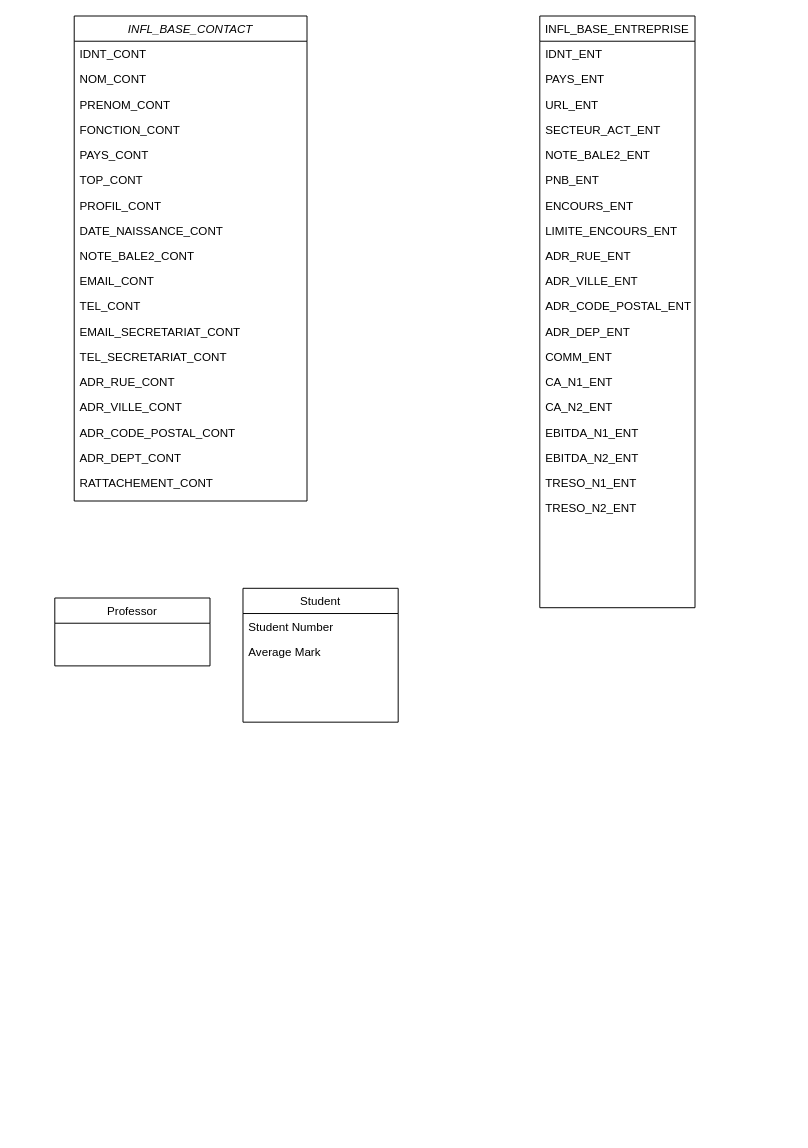
The draw.io diagram Diagramme sans nom.drawio in edou01/draw, before the edit. Source tidied: cells renumbered, new cells numbered last; positions are measured from the earlier drawing's top-left corner, leaving out a move shared by most shapes. Both pictures are drawn from the tidied source at 97%, with x=0, y=0 at pixel (54, 16).
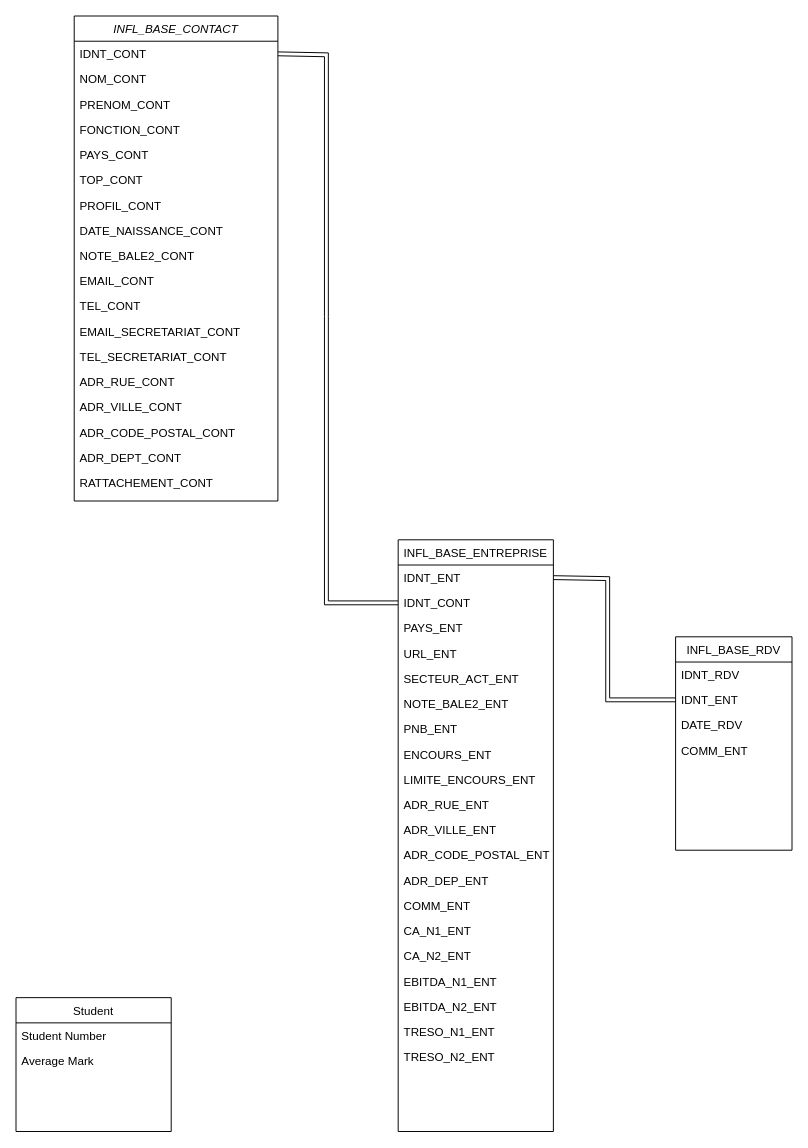
Above is the later version.

Commit message (it also covers changes not shown here):
Mettre à jour Diagramme sans nom.drawio

Unchanged cells that the change refers to:
```xml
<mxCell id="26" value="IDNT_ENT" style="text;align=left;verticalAlign=top;spacingLeft=4;spacingRight=4;overflow=hidden;points=[[0,0.5],[1,0.5]];portConstraint=eastwest;" parent="25" vertex="1">
  <mxGeometry y="26" width="160" height="26" as="geometry" />
</mxCell>
```

Change to the diagram source:
```diff
@@
     <mxCell id="2" value="INFL_BASE_CONTACT" style="swimlane;fontStyle=2;align=center;verticalAlign=top;horizontal=1;startSize=26;rounded=0;shadow=0;strokeWidth=1;" parent="1" vertex="1">
-      <mxGeometry x="20" width="240" height="500" as="geometry" />
+      <mxGeometry x="20" width="210" height="500" as="geometry" />
     </mxCell>
     <mxCell id="3" value="IDNT_CONT" style="text;align=left;verticalAlign=top;spacingLeft=4;spacingRight=4;overflow=hidden;points=[[0,0.5],[1,0.5]];portConstraint=eastwest;rounded=0;shadow=0;html=0;" parent="2" vertex="1">
-      <mxGeometry y="26" width="240" height="26" as="geometry" />
+      <mxGeometry y="26" width="210" height="26" as="geometry" />
     </mxCell>
     <mxCell id="4" value="NOM_CONT" style="text;align=left;verticalAlign=top;spacingLeft=4;spacingRight=4;overflow=hidden;" parent="2" vertex="1">
-      <mxGeometry y="52" width="240" height="26" as="geometry" />
+      <mxGeometry y="52" width="210" height="26" as="geometry" />
     </mxCell>
     <mxCell id="5" value="PRENOM_CONT" style="text;align=left;verticalAlign=top;spacingLeft=4;spacingRight=4;overflow=hidden;rounded=0;shadow=0;html=0;" parent="2" vertex="1">
-      <mxGeometry y="78" width="240" height="26" as="geometry" />
+      <mxGeometry y="78" width="210" height="26" as="geometry" />
     </mxCell>
     <mxCell id="6" value="FONCTION_CONT" style="text;align=left;verticalAlign=top;spacingLeft=4;spacingRight=4;overflow=hidden;rounded=0;shadow=0;html=0;" parent="2" vertex="1">
-      <mxGeometry y="104" width="240" height="26" as="geometry" />
+      <mxGeometry y="104" width="210" height="26" as="geometry" />
     </mxCell>
     <mxCell id="7" value="PAYS_CONT" style="text;align=left;verticalAlign=top;spacingLeft=4;spacingRight=4;overflow=hidden;rounded=0;shadow=0;html=0;" parent="2" vertex="1">
-      <mxGeometry y="130" width="240" height="26" as="geometry" />
+      <mxGeometry y="130" width="210" height="26" as="geometry" />
     </mxCell>
     <mxCell id="8" value="TOP_CONT" style="text;align=left;verticalAlign=top;spacingLeft=4;spacingRight=4;overflow=hidden;rounded=0;shadow=0;html=0;" parent="2" vertex="1">
-      <mxGeometry y="156" width="240" height="26" as="geometry" />
+      <mxGeometry y="156" width="210" height="26" as="geometry" />
     </mxCell>
     <mxCell id="9" value="PROFIL_CONT" style="text;align=left;verticalAlign=top;spacingLeft=4;spacingRight=4;overflow=hidden;rounded=0;shadow=0;html=0;" parent="2" vertex="1">
-      <mxGeometry y="182" width="240" height="26" as="geometry" />
+      <mxGeometry y="182" width="210" height="26" as="geometry" />
     </mxCell>
     <mxCell id="10" value="DATE_NAISSANCE_CONT" style="text;align=left;verticalAlign=top;spacingLeft=4;spacingRight=4;overflow=hidden;rounded=0;shadow=0;html=0;" parent="2" vertex="1">
-      <mxGeometry y="208" width="240" height="26" as="geometry" />
+      <mxGeometry y="208" width="210" height="26" as="geometry" />
     </mxCell>
     <mxCell id="11" value="NOTE_BALE2_CONT" style="text;align=left;verticalAlign=top;spacingLeft=4;spacingRight=4;overflow=hidden;rounded=0;shadow=0;html=0;" parent="2" vertex="1">
-      <mxGeometry y="234" width="240" height="26" as="geometry" />
+      <mxGeometry y="234" width="210" height="26" as="geometry" />
     </mxCell>
     <mxCell id="12" value="EMAIL_CONT" style="text;align=left;verticalAlign=top;spacingLeft=4;spacingRight=4;overflow=hidden;rounded=0;shadow=0;html=0;" parent="2" vertex="1">
-      <mxGeometry y="260" width="240" height="26" as="geometry" />
+      <mxGeometry y="260" width="210" height="26" as="geometry" />
     </mxCell>
     <mxCell id="13" value="TEL_CONT" style="text;align=left;verticalAlign=top;spacingLeft=4;spacingRight=4;overflow=hidden;rounded=0;shadow=0;html=0;" parent="2" vertex="1">
-      <mxGeometry y="286" width="240" height="26" as="geometry" />
+      <mxGeometry y="286" width="210" height="26" as="geometry" />
     </mxCell>
     <mxCell id="14" value="EMAIL_SECRETARIAT_CONT" style="text;align=left;verticalAlign=top;spacingLeft=4;spacingRight=4;overflow=hidden;rounded=0;shadow=0;html=0;" parent="2" vertex="1">
-      <mxGeometry y="312" width="240" height="26" as="geometry" />
+      <mxGeometry y="312" width="210" height="26" as="geometry" />
     </mxCell>
     <mxCell id="15" value="TEL_SECRETARIAT_CONT" style="text;align=left;verticalAlign=top;spacingLeft=4;spacingRight=4;overflow=hidden;rounded=0;shadow=0;html=0;" parent="2" vertex="1">
-      <mxGeometry y="338" width="240" height="26" as="geometry" />
+      <mxGeometry y="338" width="210" height="26" as="geometry" />
     </mxCell>
     <mxCell id="16" value="ADR_RUE_CONT" style="text;align=left;verticalAlign=top;spacingLeft=4;spacingRight=4;overflow=hidden;rounded=0;shadow=0;html=0;" parent="2" vertex="1">
-      <mxGeometry y="364" width="240" height="26" as="geometry" />
+      <mxGeometry y="364" width="210" height="26" as="geometry" />
     </mxCell>
     <mxCell id="17" value="ADR_VILLE_CONT" style="text;align=left;verticalAlign=top;spacingLeft=4;spacingRight=4;overflow=hidden;rounded=0;shadow=0;html=0;" parent="2" vertex="1">
-      <mxGeometry y="390" width="240" height="26" as="geometry" />
+      <mxGeometry y="390" width="210" height="26" as="geometry" />
     </mxCell>
     <mxCell id="18" value="ADR_CODE_POSTAL_CONT" style="text;align=left;verticalAlign=top;spacingLeft=4;spacingRight=4;overflow=hidden;rounded=0;shadow=0;html=0;" parent="2" vertex="1">
-      <mxGeometry y="416" width="240" height="26" as="geometry" />
+      <mxGeometry y="416" width="210" height="26" as="geometry" />
     </mxCell>
     <mxCell id="19" value="ADR_DEPT_CONT" style="text;align=left;verticalAlign=top;spacingLeft=4;spacingRight=4;overflow=hidden;rounded=0;shadow=0;html=0;" parent="2" vertex="1">
-      <mxGeometry y="442" width="240" height="26" as="geometry" />
+      <mxGeometry y="442" width="210" height="26" as="geometry" />
     </mxCell>
     <mxCell id="20" value="RATTACHEMENT_CONT" style="text;align=left;verticalAlign=top;spacingLeft=4;spacingRight=4;overflow=hidden;rounded=0;shadow=0;html=0;" parent="2" vertex="1">
-      <mxGeometry y="468" width="240" height="26" as="geometry" />
+      <mxGeometry y="468" width="210" height="26" as="geometry" />
     </mxCell>
     <mxCell id="21" value="Student" style="swimlane;fontStyle=0;align=center;verticalAlign=top;horizontal=1;startSize=26;rounded=0;shadow=0;strokeWidth=1;" parent="1" vertex="1">
-      <mxGeometry x="194" y="590" width="160" height="138" as="geometry" />
+      <mxGeometry x="-40" y="1012" width="160" height="138" as="geometry" />
     </mxCell>
@@
-    <mxCell id="24" value="Professor" style="swimlane;fontStyle=0;align=center;verticalAlign=top;horizontal=1;startSize=26;rounded=0;shadow=0;strokeWidth=1;" parent="1" vertex="1">
-      <mxGeometry y="600" width="160" height="70" as="geometry" />
+    <mxCell id="24" value="INFL_BASE_RDV" style="swimlane;fontStyle=0;align=center;verticalAlign=top;horizontal=1;startSize=26;rounded=0;shadow=0;strokeWidth=1;" parent="1" vertex="1">
+      <mxGeometry x="640" y="640" width="120" height="220" as="geometry" />
     </mxCell>
+    <mxCell id="45" value="IDNT_RDV" style="text;align=left;verticalAlign=top;spacingLeft=4;spacingRight=4;overflow=hidden;rounded=0;shadow=0;html=0;" parent="24" vertex="1">
+      <mxGeometry y="26" width="120" height="26" as="geometry" />
+    </mxCell>
+    <mxCell id="46" value="IDNT_ENT" style="text;align=left;verticalAlign=top;spacingLeft=4;spacingRight=4;overflow=hidden;points=[[0,0.5],[1,0.5]];portConstraint=eastwest;rounded=0;shadow=0;html=0;" parent="24" vertex="1">
+      <mxGeometry y="52" width="120" height="26" as="geometry" />
+    </mxCell>
+    <mxCell id="47" value="DATE_RDV" style="text;align=left;verticalAlign=top;spacingLeft=4;spacingRight=4;overflow=hidden;rounded=0;shadow=0;html=0;" parent="24" vertex="1">
+      <mxGeometry y="78" width="120" height="26" as="geometry" />
+    </mxCell>
+    <mxCell id="48" value="COMM_ENT" style="text;align=left;verticalAlign=top;spacingLeft=4;spacingRight=4;overflow=hidden;rounded=0;shadow=0;html=0;" parent="24" vertex="1">
+      <mxGeometry y="104" width="120" height="26" as="geometry" />
+    </mxCell>
     <mxCell id="25" value="INFL_BASE_ENTREPRISE" style="swimlane;fontStyle=0;align=center;verticalAlign=top;horizontal=1;startSize=26;rounded=0;shadow=0;strokeWidth=1;" parent="1" vertex="1">
-      <mxGeometry x="500" width="160" height="610" as="geometry" />
+      <mxGeometry x="354" y="540" width="160" height="610" as="geometry" />
     </mxCell>
@@
+    <mxCell id="49" value="IDNT_CONT" style="text;align=left;verticalAlign=top;spacingLeft=4;spacingRight=4;overflow=hidden;points=[[0,0.5],[1,0.5]];portConstraint=eastwest;" parent="25" vertex="1">
+      <mxGeometry y="52" width="160" height="26" as="geometry" />
+    </mxCell>
     <mxCell id="27" value="PAYS_ENT" style="text;align=left;verticalAlign=top;spacingLeft=4;spacingRight=4;overflow=hidden;rounded=0;shadow=0;html=0;" parent="25" vertex="1">
-      <mxGeometry y="52" width="160" height="26" as="geometry" />
+      <mxGeometry y="78" width="160" height="26" as="geometry" />
     </mxCell>
     <mxCell id="28" value="URL_ENT" style="text;align=left;verticalAlign=top;spacingLeft=4;spacingRight=4;overflow=hidden;rounded=0;shadow=0;html=0;" parent="25" vertex="1">
-      <mxGeometry y="78" width="160" height="26" as="geometry" />
+      <mxGeometry y="104" width="160" height="26" as="geometry" />
     </mxCell>
     <mxCell id="29" value="SECTEUR_ACT_ENT" style="text;align=left;verticalAlign=top;spacingLeft=4;spacingRight=4;overflow=hidden;rounded=0;shadow=0;html=0;" parent="25" vertex="1">
-      <mxGeometry y="104" width="160" height="26" as="geometry" />
+      <mxGeometry y="130" width="160" height="26" as="geometry" />
     </mxCell>
     <mxCell id="30" value="NOTE_BALE2_ENT" style="text;align=left;verticalAlign=top;spacingLeft=4;spacingRight=4;overflow=hidden;rounded=0;shadow=0;html=0;" parent="25" vertex="1">
-      <mxGeometry y="130" width="160" height="26" as="geometry" />
+      <mxGeometry y="156" width="160" height="26" as="geometry" />
     </mxCell>
     <mxCell id="31" value="PNB_ENT" style="text;align=left;verticalAlign=top;spacingLeft=4;spacingRight=4;overflow=hidden;rounded=0;shadow=0;html=0;" parent="25" vertex="1">
-      <mxGeometry y="156" width="160" height="26" as="geometry" />
+      <mxGeometry y="182" width="160" height="26" as="geometry" />
     </mxCell>
     <mxCell id="32" value="ENCOURS_ENT" style="text;align=left;verticalAlign=top;spacingLeft=4;spacingRight=4;overflow=hidden;rounded=0;shadow=0;html=0;" parent="25" vertex="1">
-      <mxGeometry y="182" width="160" height="26" as="geometry" />
+      <mxGeometry y="208" width="160" height="26" as="geometry" />
     </mxCell>
     <mxCell id="33" value="LIMITE_ENCOURS_ENT" style="text;align=left;verticalAlign=top;spacingLeft=4;spacingRight=4;overflow=hidden;rounded=0;shadow=0;html=0;" parent="25" vertex="1">
-      <mxGeometry y="208" width="160" height="26" as="geometry" />
+      <mxGeometry y="234" width="160" height="26" as="geometry" />
     </mxCell>
     <mxCell id="34" value="ADR_RUE_ENT" style="text;align=left;verticalAlign=top;spacingLeft=4;spacingRight=4;overflow=hidden;rounded=0;shadow=0;html=0;" parent="25" vertex="1">
-      <mxGeometry y="234" width="160" height="26" as="geometry" />
+      <mxGeometry y="260" width="160" height="26" as="geometry" />
     </mxCell>
     <mxCell id="35" value="ADR_VILLE_ENT" style="text;align=left;verticalAlign=top;spacingLeft=4;spacingRight=4;overflow=hidden;rounded=0;shadow=0;html=0;" parent="25" vertex="1">
-      <mxGeometry y="260" width="160" height="26" as="geometry" />
+      <mxGeometry y="286" width="160" height="26" as="geometry" />
     </mxCell>
     <mxCell id="36" value="ADR_CODE_POSTAL_ENT" style="text;align=left;verticalAlign=top;spacingLeft=4;spacingRight=4;overflow=hidden;rounded=0;shadow=0;html=0;" parent="25" vertex="1">
-      <mxGeometry y="286" width="160" height="26" as="geometry" />
+      <mxGeometry y="312" width="160" height="26" as="geometry" />
     </mxCell>
     <mxCell id="37" value="ADR_DEP_ENT" style="text;align=left;verticalAlign=top;spacingLeft=4;spacingRight=4;overflow=hidden;rounded=0;shadow=0;html=0;" parent="25" vertex="1">
-      <mxGeometry y="312" width="160" height="26" as="geometry" />
+      <mxGeometry y="338" width="160" height="26" as="geometry" />
     </mxCell>
     <mxCell id="38" value="COMM_ENT" style="text;align=left;verticalAlign=top;spacingLeft=4;spacingRight=4;overflow=hidden;rounded=0;shadow=0;html=0;" parent="25" vertex="1">
-      <mxGeometry y="338" width="160" height="26" as="geometry" />
+      <mxGeometry y="364" width="160" height="26" as="geometry" />
     </mxCell>
     <mxCell id="39" value="CA_N1_ENT" style="text;align=left;verticalAlign=top;spacingLeft=4;spacingRight=4;overflow=hidden;rounded=0;shadow=0;html=0;" parent="25" vertex="1">
-      <mxGeometry y="364" width="160" height="26" as="geometry" />
+      <mxGeometry y="390" width="160" height="26" as="geometry" />
     </mxCell>
     <mxCell id="40" value="CA_N2_ENT" style="text;align=left;verticalAlign=top;spacingLeft=4;spacingRight=4;overflow=hidden;rounded=0;shadow=0;html=0;" parent="25" vertex="1">
-      <mxGeometry y="390" width="160" height="26" as="geometry" />
+      <mxGeometry y="416" width="160" height="26" as="geometry" />
     </mxCell>
     <mxCell id="41" value="EBITDA_N1_ENT" style="text;align=left;verticalAlign=top;spacingLeft=4;spacingRight=4;overflow=hidden;rounded=0;shadow=0;html=0;" parent="25" vertex="1">
-      <mxGeometry y="416" width="160" height="26" as="geometry" />
+      <mxGeometry y="442" width="160" height="26" as="geometry" />
     </mxCell>
     <mxCell id="42" value="EBITDA_N2_ENT" style="text;align=left;verticalAlign=top;spacingLeft=4;spacingRight=4;overflow=hidden;rounded=0;shadow=0;html=0;" parent="25" vertex="1">
-      <mxGeometry y="442" width="160" height="26" as="geometry" />
+      <mxGeometry y="468" width="160" height="26" as="geometry" />
     </mxCell>
     <mxCell id="43" value="TRESO_N1_ENT" style="text;align=left;verticalAlign=top;spacingLeft=4;spacingRight=4;overflow=hidden;rounded=0;shadow=0;html=0;" parent="25" vertex="1">
-      <mxGeometry y="468" width="160" height="26" as="geometry" />
+      <mxGeometry y="494" width="160" height="26" as="geometry" />
     </mxCell>
     <mxCell id="44" value="TRESO_N2_ENT" style="text;align=left;verticalAlign=top;spacingLeft=4;spacingRight=4;overflow=hidden;rounded=0;shadow=0;html=0;" parent="25" vertex="1">
-      <mxGeometry y="494" width="160" height="26" as="geometry" />
+      <mxGeometry y="520" width="160" height="26" as="geometry" />
     </mxCell>
+    <mxCell id="50" style="edgeStyle=none;shape=link;rounded=0;jettySize=auto;html=1;exitX=1;exitY=0.5;exitDx=0;exitDy=0;entryX=0;entryY=0.5;entryDx=0;entryDy=0;" parent="1" edge="1" source="26" target="46">
+      <mxGeometry relative="1" as="geometry">
+        <Array as="points">
+          <mxPoint x="570" y="580" />
+          <mxPoint x="570" y="705" />
+        </Array>
+      </mxGeometry>
+    </mxCell>
+    <mxCell id="51" style="edgeStyle=none;shape=link;rounded=0;jettySize=auto;html=1;exitX=1;exitY=0.5;exitDx=0;exitDy=0;entryX=0;entryY=0.5;entryDx=0;entryDy=0;" parent="1" edge="1" source="3" target="49">
+      <mxGeometry relative="1" as="geometry">
+        <Array as="points">
+          <mxPoint x="280" y="40" />
+          <mxPoint x="280" y="310" />
+          <mxPoint x="280" y="605" />
+        </Array>
+      </mxGeometry>
+    </mxCell>
```
